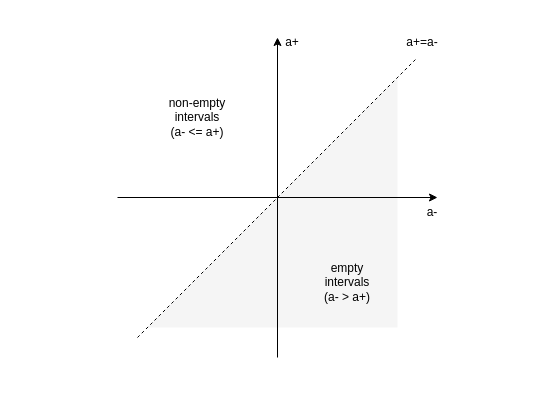
The draw.io diagram page "Domain" (1 of 3) of res/resources.drawio in gchudnov/mindthegap, before the edit. Source tidied: cells renumbered, new cells numbered last; positions are measured from the earlier drawing's top-left corner, leaving out a move shared by most shapes. Both pictures are drawn from the tidied source at 100%, with x=0, y=0 at pixel (117, 27).
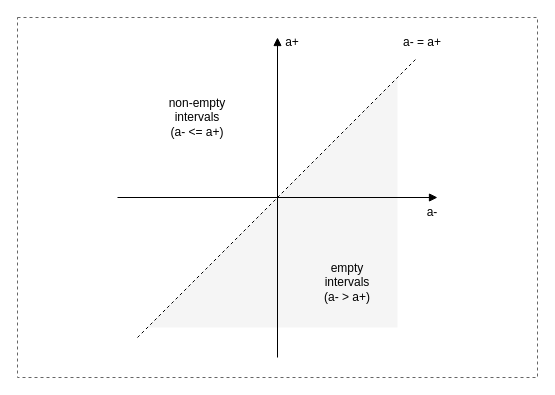
The same diagram, later.

Change to the diagram source:
```diff
@@
 <mxGraphModel>
   <root>
     <mxCell id="0" />
     <mxCell id="1" parent="0" />
+    <mxCell id="11" style="rounded=0;whiteSpace=wrap;html=1;fillColor=none;dashed=1;fontColor=#333333;strokeColor=#666666;" parent="1" vertex="1">
+      <mxGeometry x="-100" y="-10" width="520" height="360" as="geometry" />
+    </mxCell>
     <mxCell id="2" style="shape=manualInput;whiteSpace=wrap;html=1;size=250;strokeColor=none;fillColor=#f5f5f5;fontColor=#333333;" parent="1" vertex="1">
       <mxGeometry x="30" y="50" width="250" height="250" as="geometry" />
     </mxCell>
-    <mxCell id="3" style="endArrow=classic;html=1;" parent="1" edge="1">
+    <mxCell id="3" style="endArrow=block;html=1;endFill=1;" parent="1" edge="1">
       <mxGeometry relative="1" as="geometry">
         <mxPoint x="160" y="330" as="sourcePoint" />
         <mxPoint x="160" y="10" as="targetPoint" />
       </mxGeometry>
     </mxCell>
-    <mxCell id="4" style="endArrow=classic;html=1;" parent="1" edge="1">
+    <mxCell id="4" style="endArrow=block;html=1;endFill=1;" parent="1" edge="1">
       <mxGeometry relative="1" as="geometry">
         <mxPoint y="170" as="sourcePoint" />
         <mxPoint x="320" y="170" as="targetPoint" />
       </mxGeometry>
     </mxCell>
     <mxCell id="5" value="a+" style="text;html=1;strokeColor=none;fillColor=none;align=center;verticalAlign=middle;whiteSpace=wrap;rounded=0;" parent="1" vertex="1">
       <mxGeometry x="140" width="70" height="30" as="geometry" />
     </mxCell>
     <mxCell id="6" value="a-" style="text;html=1;strokeColor=none;fillColor=none;align=center;verticalAlign=middle;whiteSpace=wrap;rounded=0;" parent="1" vertex="1">
       <mxGeometry x="280" y="170" width="70" height="30" as="geometry" />
     </mxCell>
     <mxCell id="7" style="endArrow=none;html=1;dashed=1;" parent="1" edge="1">
       <mxGeometry relative="1" as="geometry">
         <mxPoint x="20" y="310" as="sourcePoint" />
         <mxPoint x="300" y="30" as="targetPoint" />
       </mxGeometry>
     </mxCell>
-    <mxCell id="8" value="a+=a-" style="text;html=1;strokeColor=none;fillColor=none;align=center;verticalAlign=middle;whiteSpace=wrap;rounded=0;" parent="1" vertex="1">
+    <mxCell id="8" value="a- = a+" style="text;html=1;strokeColor=none;fillColor=none;align=center;verticalAlign=middle;whiteSpace=wrap;rounded=0;" parent="1" vertex="1">
       <mxGeometry x="270" width="70" height="30" as="geometry" />
     </mxCell>
     <mxCell id="9" value="empty intervals&lt;br&gt;(a- &amp;gt; a+)" style="text;html=1;strokeColor=none;fillColor=none;align=center;verticalAlign=middle;whiteSpace=wrap;rounded=0;" parent="1" vertex="1">
       <mxGeometry x="200" y="230" width="60" height="50" as="geometry" />
     </mxCell>
     <mxCell id="10" value="non-empty intervals&lt;br&gt;(a- &amp;lt;= a+)" style="text;html=1;strokeColor=none;fillColor=none;align=center;verticalAlign=middle;whiteSpace=wrap;rounded=0;" parent="1" vertex="1">
       <mxGeometry x="50" y="70" width="60" height="40" as="geometry" />
     </mxCell>
   </root>
 </mxGraphModel>
```
